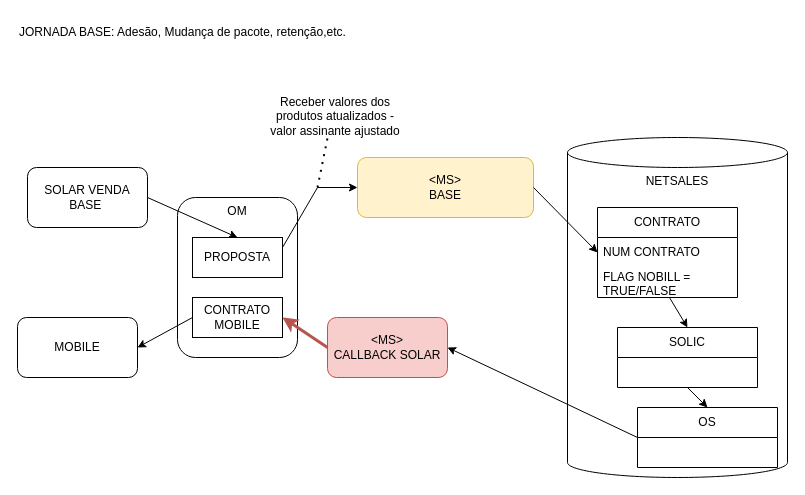
samirali/ClaroBrasil keeps this draw.io diagram as page "BASE" (2 of 7) of Billing Divergente Marcelo.drawio. Above is the earlier version. Source tidied: cells renumbered, new cells numbered last; positions are measured from the earlier drawing's top-left corner, leaving out a move shared by most shapes. Both pictures are drawn from the tidied source at 100%, with x=0, y=0 at pixel (17, 17).
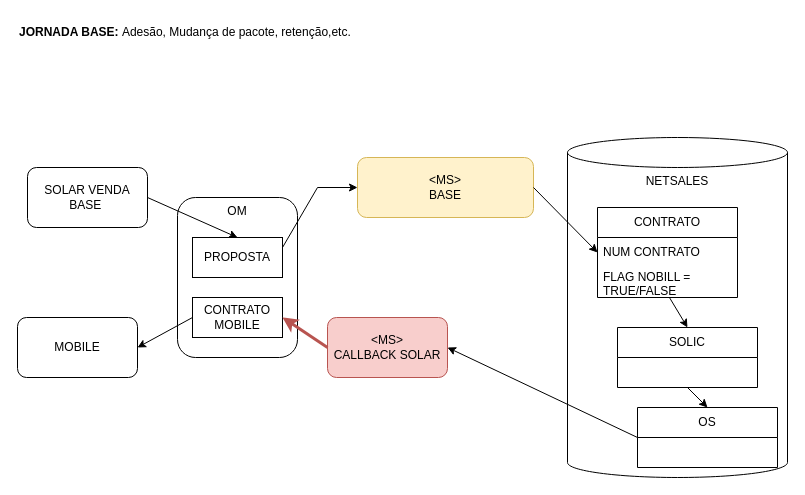
Above is the later version.

Diff of the diagram source:
```diff
@@
-    <mxCell id="3" value="JORNADA BASE: Adesão, Mudança de pacote, retenção,etc." style="text;html=1;align=left;verticalAlign=middle;whiteSpace=wrap;rounded=0;" parent="1" vertex="1">
+    <mxCell id="3" value="&lt;b&gt;JORNADA BASE: &lt;/b&gt;Adesão, Mudança de pacote, retenção,etc." style="text;html=1;align=left;verticalAlign=middle;whiteSpace=wrap;rounded=0;" parent="1" vertex="1">
       <mxGeometry width="580" height="30" as="geometry" />
     </mxCell>
@@
-    <mxCell id="24" value="Receber valores dos produtos atualizados - valor assinante ajustado" style="text;html=1;align=center;verticalAlign=middle;whiteSpace=wrap;rounded=0;" parent="1" vertex="1">
-      <mxGeometry x="250" y="80" width="136" height="37" as="geometry" />
-    </mxCell>
-    <mxCell id="25" style="endArrow=none;dashed=1;html=1;dashPattern=1 3;strokeWidth=2;rounded=0;entryX=0.446;entryY=1.009;entryDx=0;entryDy=0;entryPerimeter=0;" parent="1" edge="1" target="24">
-      <mxGeometry relative="1" as="geometry">
-        <mxPoint x="300" y="170" as="sourcePoint" />
-      </mxGeometry>
-    </mxCell>
```
